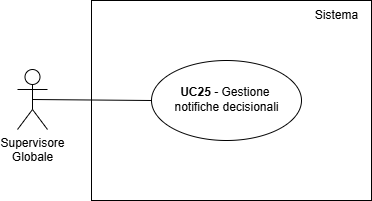
The draw.io diagram documents/rtb/assets/UC25.png in teamcodealchemists/docs, before a commit. Source tidied: cells renumbered, new cells last; positions are measured from the earlier drawing's top-left corner, leaving out a move shared by most shapes.
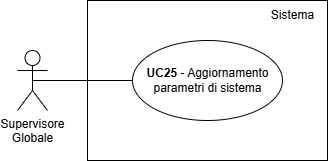
Above is the later version.

What changed in the source:
```diff
@@ -1,24 +1,24 @@
 <mxGraphModel>
   <root>
-    <mxCell id="0" />
-    <mxCell id="1" parent="0" />
+    <mxCell id="8" />
+    <mxCell id="9" parent="8" />
-    <mxCell id="2" value="Supervisore&lt;div&gt;Globale&lt;/div&gt;" style="shape=umlActor;verticalLabelPosition=bottom;verticalAlign=top;html=1;outlineConnect=0;" parent="1" vertex="1">
-      <mxGeometry y="69" width="30" height="60" as="geometry" />
+    <mxCell id="2" value="Supervisore&lt;div&gt;Globale&lt;/div&gt;" style="shape=umlActor;verticalLabelPosition=bottom;verticalAlign=top;html=1;outlineConnect=0;" parent="9" vertex="1">
+      <mxGeometry x="50" y="120" width="30" height="60" as="geometry" />
     </mxCell>
-    <mxCell id="3" style="rounded=0;whiteSpace=wrap;html=1;" parent="1" vertex="1">
-      <mxGeometry x="74" width="280" height="200" as="geometry" />
-    </mxCell>
-    <mxCell id="4" style="ellipse;whiteSpace=wrap;html=1;fontStyle=1;" parent="1" vertex="1">
-      <mxGeometry x="134" y="60" width="150" height="80" as="geometry" />
-    </mxCell>
-    <mxCell id="5" value="&lt;b&gt;UC25&amp;nbsp;&lt;/b&gt;- Gestione&amp;nbsp;&lt;div&gt;notifiche decisionali&lt;/div&gt;" style="text;html=1;align=center;verticalAlign=middle;strokeColor=none;fillColor=none;" parent="1" vertex="1">
-      <mxGeometry x="144" y="79" width="130" height="40" as="geometry" />
-    </mxCell>
-    <mxCell id="6" style="endArrow=none;html=1;rounded=0;entryX=0;entryY=0.5;entryDx=0;entryDy=0;exitX=0.5;exitY=0.5;exitDx=0;exitDy=0;exitPerimeter=0;" parent="1" edge="1" source="2" target="4">
-      <mxGeometry relative="1" as="geometry" />
-    </mxCell>
+    <mxCell id="10" style="rounded=0;whiteSpace=wrap;html=1;" parent="9" vertex="1">
+      <mxGeometry x="120" y="70" width="240" height="160" as="geometry" />
+    </mxCell>
-    <mxCell id="7" value="Sistema" style="text;html=1;align=center;verticalAlign=middle;strokeColor=none;fillColor=none;" parent="1" vertex="1">
-      <mxGeometry x="284" width="70" height="30" as="geometry" />
+    <mxCell id="7" value="Sistema" style="text;html=1;align=center;verticalAlign=middle;strokeColor=none;fillColor=none;" parent="9" vertex="1">
+      <mxGeometry x="290" y="70" width="70" height="30" as="geometry" />
     </mxCell>
+    <mxCell id="11" style="ellipse;whiteSpace=wrap;html=1;fontStyle=1;" parent="9" vertex="1">
+      <mxGeometry x="165" y="110" width="150" height="80" as="geometry" />
+    </mxCell>
+    <mxCell id="12" value="&lt;b&gt;UC25&amp;nbsp;&lt;/b&gt;- Aggiornamento&lt;div&gt;parametri di sistema&lt;/div&gt;" style="text;html=1;align=center;verticalAlign=middle;strokeColor=none;fillColor=none;" parent="9" vertex="1">
+      <mxGeometry x="165" y="130" width="150" height="40" as="geometry" />
+    </mxCell>
+    <mxCell id="13" style="endArrow=none;html=1;rounded=0;entryX=0;entryY=0.5;entryDx=0;entryDy=0;exitX=0.5;exitY=0.5;exitDx=0;exitDy=0;exitPerimeter=0;" parent="9" edge="1" source="2" target="11">
+      <mxGeometry relative="1" as="geometry" />
+    </mxCell>
   </root>
 </mxGraphModel>
```
